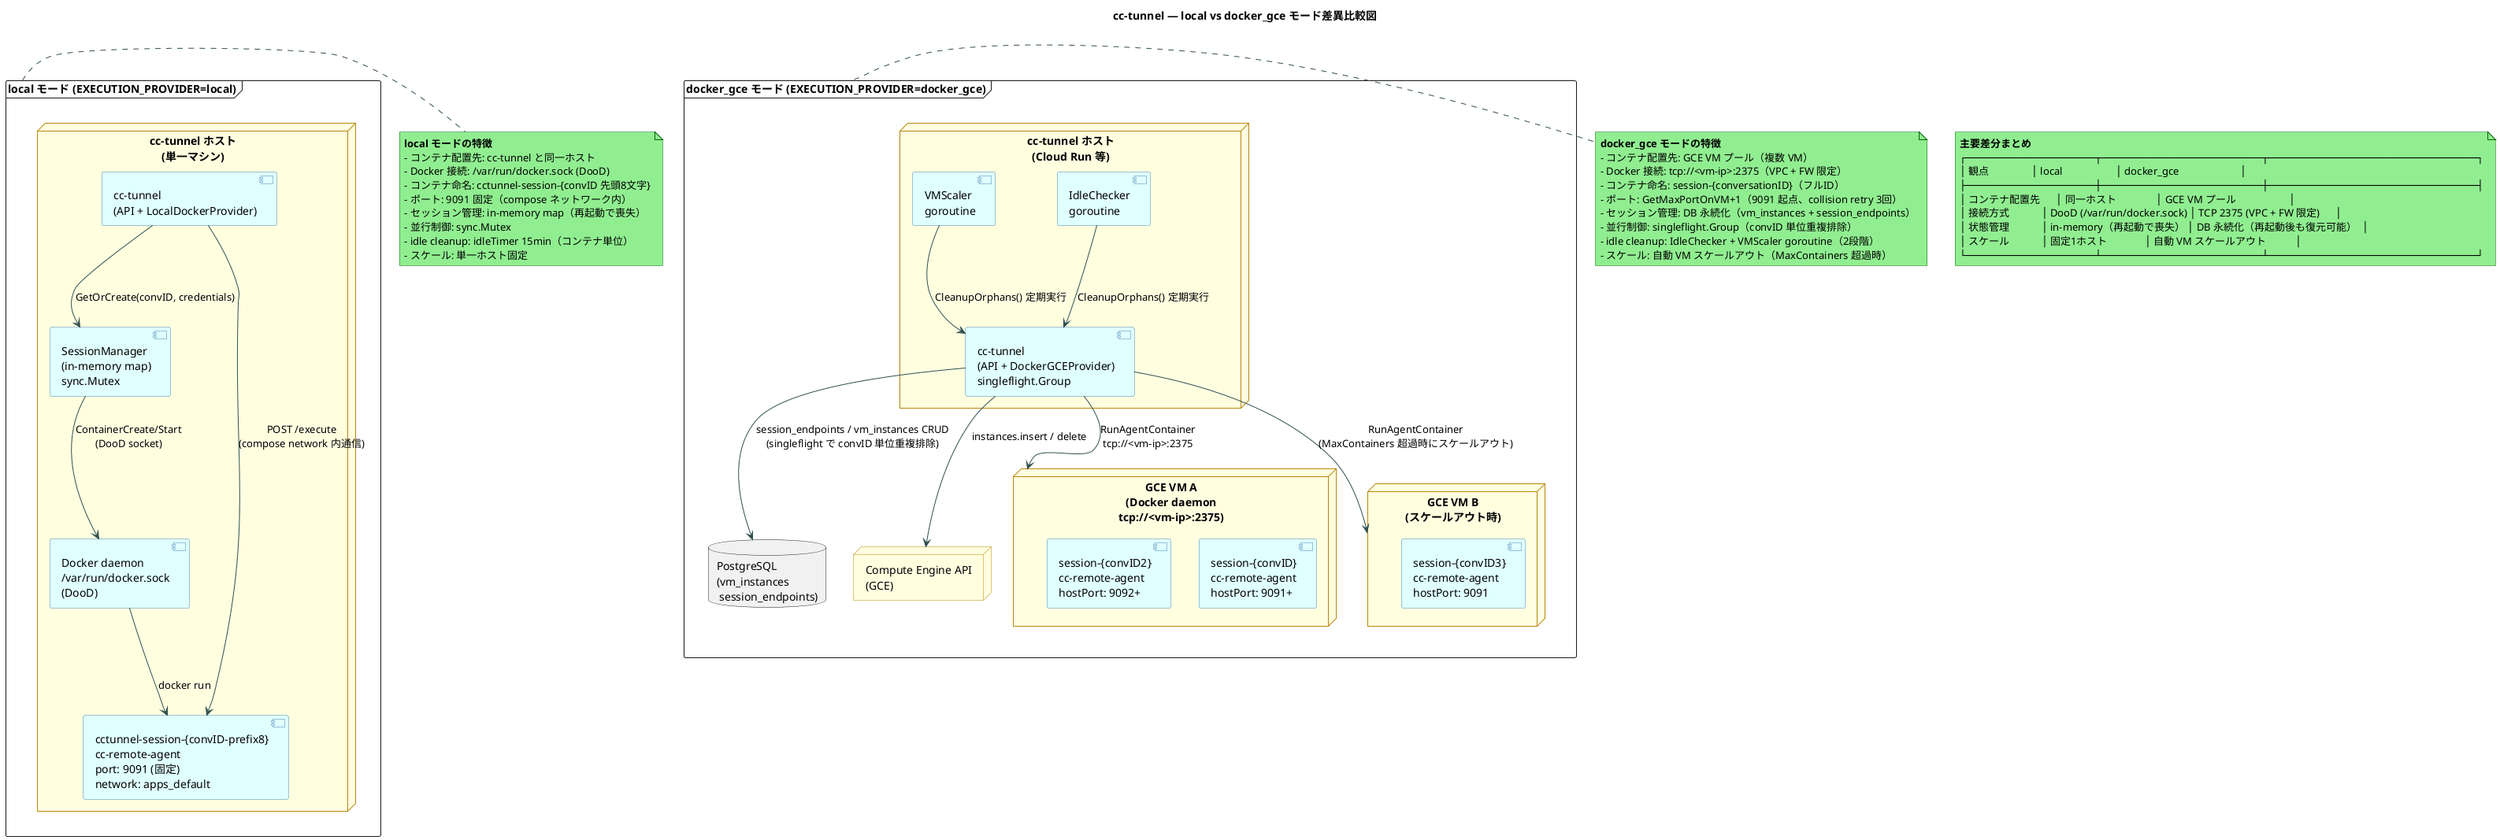
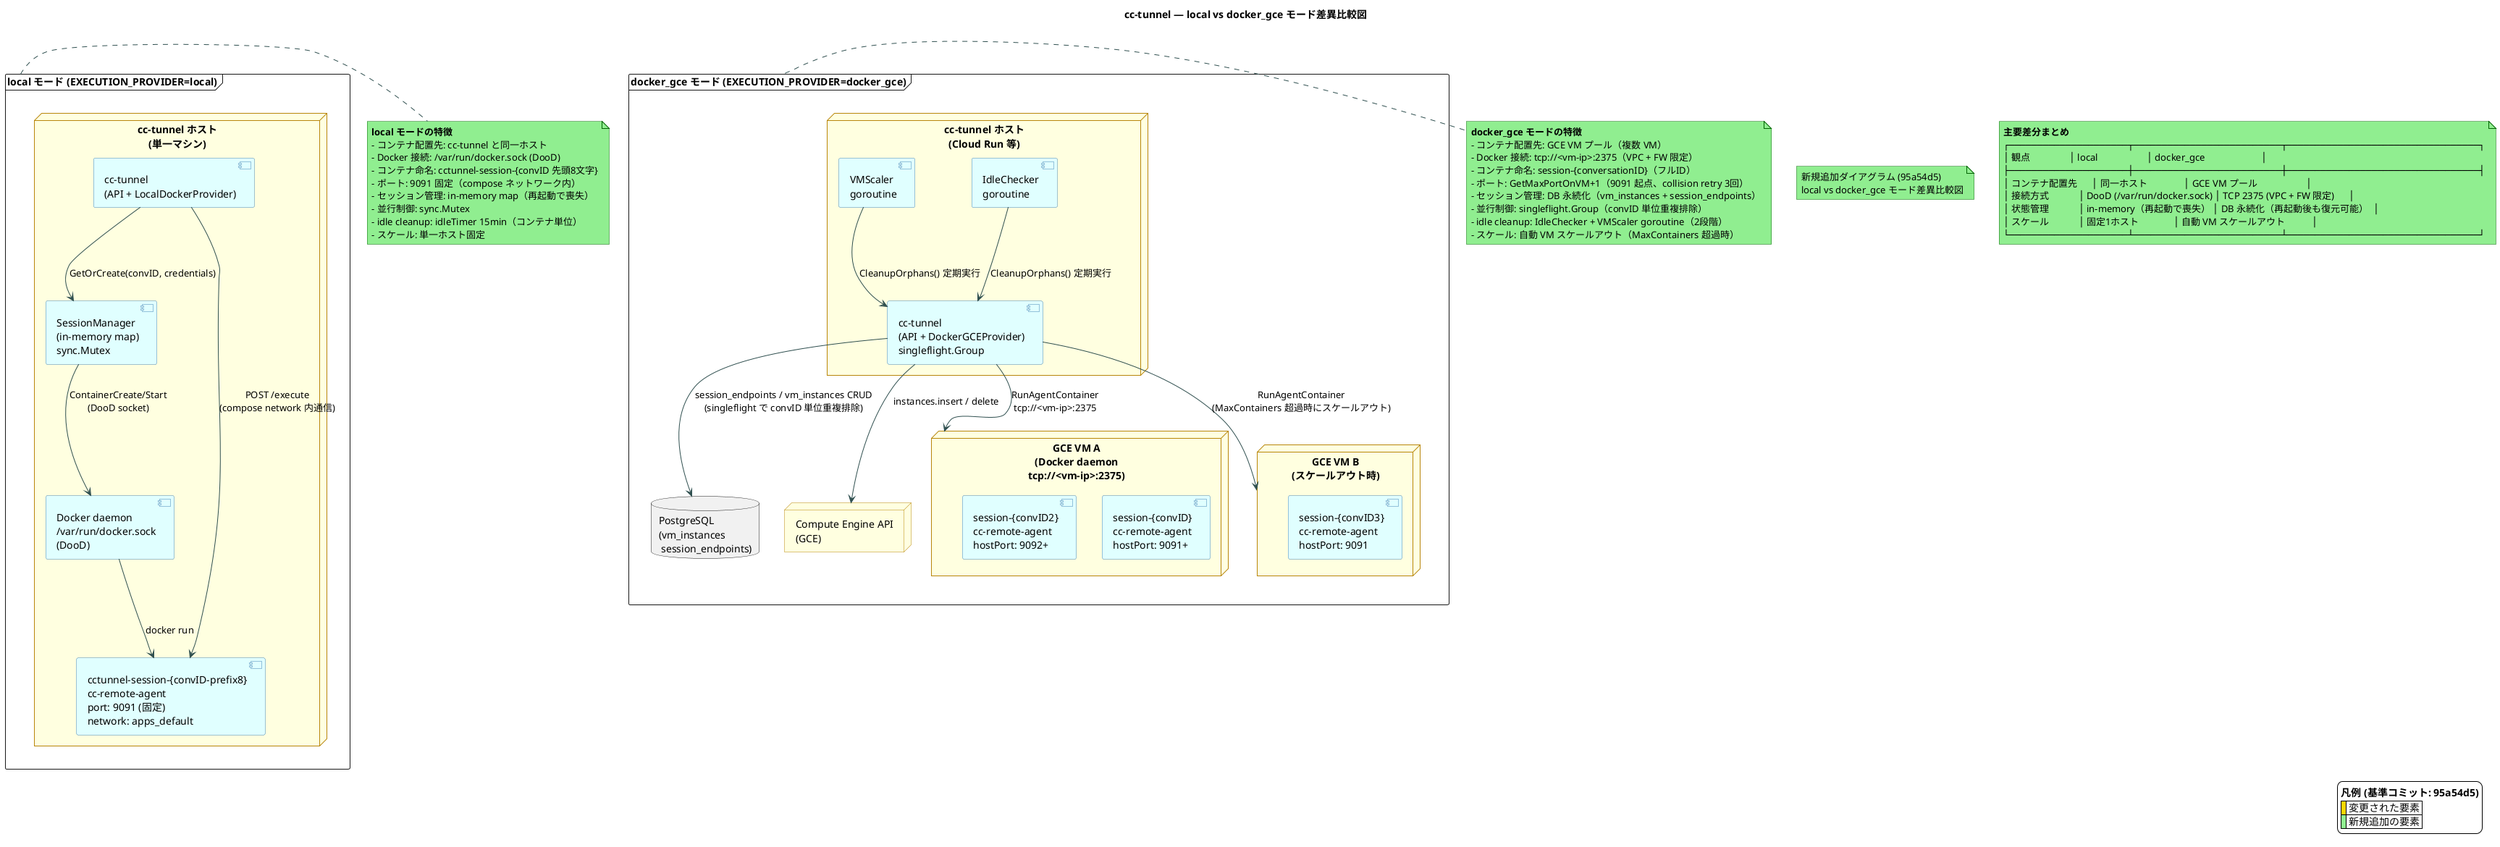
@startuml local_vs_docker_gce_comparison
title cc-tunnel — local vs docker_gce モード差異比較図

skinparam {
  BackgroundColor White
  NodeBackgroundColor LightYellow
  NodeBorderColor DarkGoldenRod
  ComponentBackgroundColor LightCyan
  ComponentBorderColor SteelBlue
  NoteBackgroundColor LightGreen
  NoteBorderColor DarkGreen
  ArrowColor DarkSlateGray
}
+ 
+ note as new_diagram_note #90EE90
+   新規追加ダイアグラム (95a54d5)
+   local vs docker_gce モード差異比較図
+ end note

' ============================================================
' 上段: local モード
' ============================================================

frame "local モード (EXECUTION_PROVIDER=local)" as local_frame {

  node "cc-tunnel ホスト\n(単一マシン)" as local_host {
    component "cc-tunnel\n(API + LocalDockerProvider)" as local_api
    component "SessionManager\n(in-memory map)\nsync.Mutex" as local_sm
    component "Docker daemon\n/var/run/docker.sock\n(DooD)" as local_docker

    component "cctunnel-session-{convID-prefix8}\ncc-remote-agent\nport: 9091 (固定)\nnetwork: apps_default" as local_container
  }

  local_api --> local_sm : GetOrCreate(convID, credentials)
  local_sm --> local_docker : ContainerCreate/Start\n(DooD socket)
  local_docker --> local_container : docker run
  local_api --> local_container : POST /execute\n(compose network 内通信)
}

note right of local_frame
  **local モードの特徴**
  - コンテナ配置先: cc-tunnel と同一ホスト
  - Docker 接続: /var/run/docker.sock (DooD)
  - コンテナ命名: cctunnel-session-{convID 先頭8文字}
  - ポート: 9091 固定（compose ネットワーク内）
  - セッション管理: in-memory map（再起動で喪失）
  - 並行制御: sync.Mutex
  - idle cleanup: idleTimer 15min（コンテナ単位）
  - スケール: 単一ホスト固定
end note

' ============================================================
' 下段: docker_gce モード
' ============================================================

frame "docker_gce モード (EXECUTION_PROVIDER=docker_gce)" as gce_frame {

  node "cc-tunnel ホスト\n(Cloud Run 等)" as gce_api_host {
    component "cc-tunnel\n(API + DockerGCEProvider)\nsingleflight.Group" as gce_api
    component "IdleChecker\ngoroutine" as idle_checker
    component "VMScaler\ngoroutine" as vmscaler
  }

  database "PostgreSQL\n(vm_instances\n session_endpoints)" as gce_db

  node "GCE VM A\n(Docker daemon\ntcp://<vm-ip>:2375)" as gce_vma {
    component "session-{convID}\ncc-remote-agent\nhostPort: 9091+" as gce_ca1
    component "session-{convID2}\ncc-remote-agent\nhostPort: 9092+" as gce_ca2
  }

  node "GCE VM B\n(スケールアウト時)" as gce_vmb {
    component "session-{convID3}\ncc-remote-agent\nhostPort: 9091" as gce_ca3
  }

  node "Compute Engine API\n(GCE)" as compute_api

  gce_api --> gce_db : session_endpoints / vm_instances CRUD\n(singleflight で convID 単位重複排除)
  gce_api --> gce_vma : RunAgentContainer\ntcp://<vm-ip>:2375
  gce_api --> gce_vmb : RunAgentContainer\n(MaxContainers 超過時にスケールアウト)
  gce_api --> compute_api : instances.insert / delete
  idle_checker --> gce_api : CleanupOrphans() 定期実行
  vmscaler --> gce_api : CleanupOrphans() 定期実行
}

note right of gce_frame
  **docker_gce モードの特徴**
  - コンテナ配置先: GCE VM プール（複数 VM）
  - Docker 接続: tcp://<vm-ip>:2375（VPC + FW 限定）
  - コンテナ命名: session-{conversationID}（フルID）
  - ポート: GetMaxPortOnVM+1（9091 起点、collision retry 3回）
  - セッション管理: DB 永続化（vm_instances + session_endpoints）
  - 並行制御: singleflight.Group（convID 単位重複排除）
  - idle cleanup: IdleChecker + VMScaler goroutine（2段階）
  - スケール: 自動 VM スケールアウト（MaxContainers 超過時）
end note

' ============================================================
' 差分強調吹き出し
' ============================================================

note as diff_note
  **主要差分まとめ**
  ┌─────────────────────┬──────────────────────────┬──────────────────────────────────┐
  │ 観点                │ local                    │ docker_gce                       │
  ├─────────────────────┼──────────────────────────┼──────────────────────────────────┤
  │ コンテナ配置先      │ 同一ホスト               │ GCE VM プール                    │
  │ 接続方式            │ DooD (/var/run/docker.sock) │ TCP 2375 (VPC + FW 限定)      │
  │ 状態管理            │ in-memory（再起動で喪失） │ DB 永続化（再起動後も復元可能）  │
  │ スケール            │ 固定1ホスト              │ 自動 VM スケールアウト           │
  └─────────────────────┴──────────────────────────┴──────────────────────────────────┘
end note

+ legend right
+   **凡例 (基準コミット: 95a54d5)**
+   |<#FFD700>  | 変更された要素 |
+   |<#90EE90>  | 新規追加の要素 |
+ endlegend
+ 
@enduml
